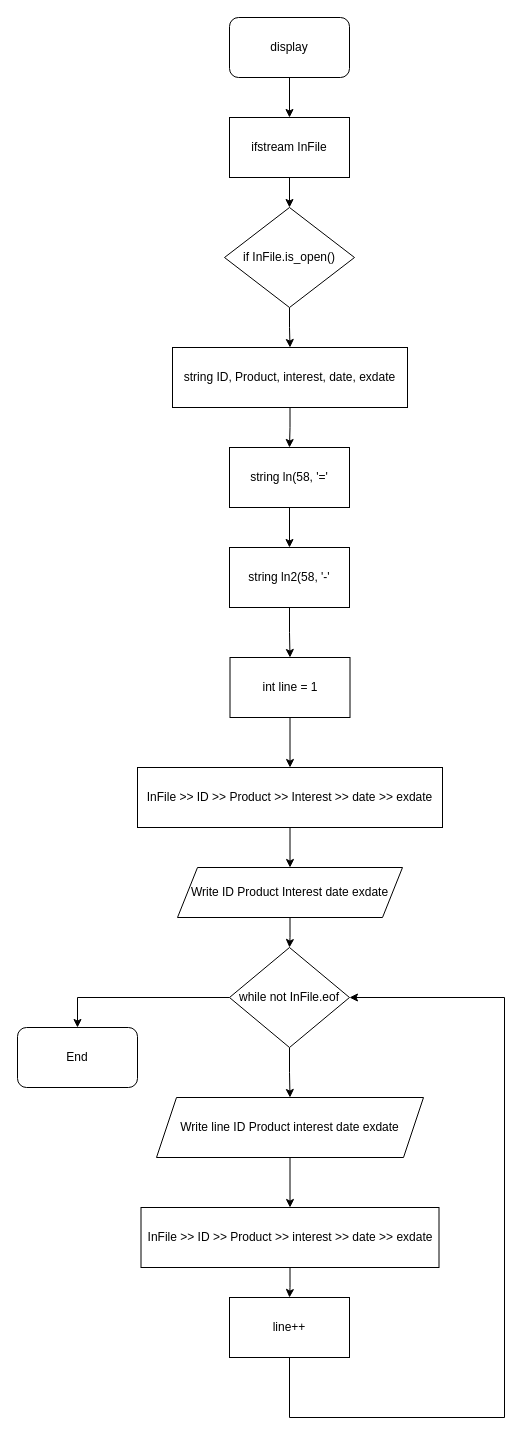
Earlier version of the draw.io diagram page "Display" (4 of 7) of PawnShop_Flowchart.drawio (Jobzakung/Project_C-). Source tidied: cells renumbered, new cells numbered last; positions are measured from the earlier drawing's top-left corner, leaving out a move shared by most shapes. Both pictures are drawn from the tidied source at 100%, with x=0, y=0 at pixel (17, 17).
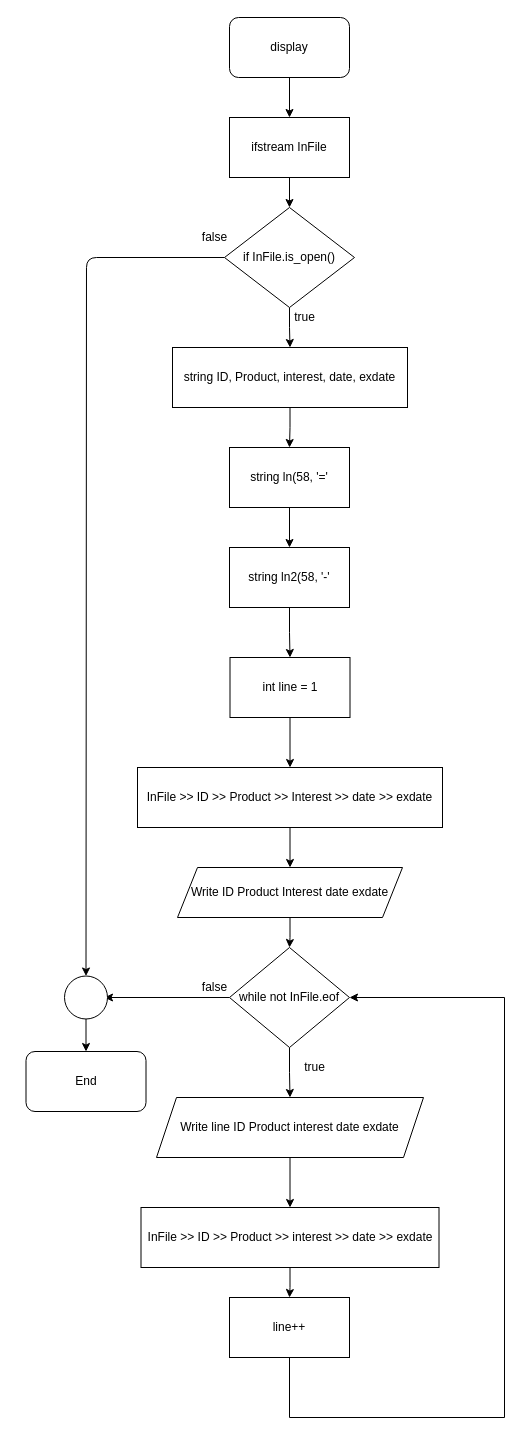
The same page after the edit.

Commit message (it also covers changes not shown here):
add true/false

The change refers to these unchanged cells:
```xml
<mxCell id="7" value="if InFile.is_open()" style="rhombus;whiteSpace=wrap;html=1;" parent="1" vertex="1">
  <mxGeometry x="207" y="190" width="130" height="100" as="geometry" />
</mxCell>
<mxCell id="22" value="while not InFile.eof" style="rhombus;whiteSpace=wrap;html=1;" parent="1" vertex="1">
  <mxGeometry x="212" y="930" width="120" height="100" as="geometry" />
</mxCell>
```

Change to the diagram source:
```diff
@@
+    <mxCell id="30" style="edgeStyle=none;html=1;entryX=0.5;entryY=0;entryDx=0;entryDy=0;" parent="1" edge="1" source="7" target="33">
+      <mxGeometry relative="1" as="geometry">
+        <Array as="points">
+          <mxPoint x="69" y="240" />
+        </Array>
+      </mxGeometry>
+    </mxCell>
@@
-    <mxCell id="21" style="edgeStyle=orthogonalEdgeStyle;rounded=0;jettySize=auto;html=1;entryX=0.5;entryY=0;entryDx=0;entryDy=0;" parent="1" edge="1" source="22" target="27">
-      <mxGeometry relative="1" as="geometry" />
-    </mxCell>
+    <mxCell id="31" style="edgeStyle=none;html=1;" parent="1" edge="1" source="22">
+      <mxGeometry relative="1" as="geometry">
+        <mxPoint x="87" y="980" as="targetPoint" />
+      </mxGeometry>
+    </mxCell>
@@
     <mxCell id="27" value="End" style="rounded=1;whiteSpace=wrap;html=1;" parent="1" vertex="1">
-      <mxGeometry y="1010" width="120" height="60" as="geometry" />
+      <mxGeometry x="8.5" y="1034" width="120" height="60" as="geometry" />
     </mxCell>
@@
+    <mxCell id="32" style="edgeStyle=none;html=1;" parent="1" edge="1" source="33" target="27">
+      <mxGeometry relative="1" as="geometry" />
+    </mxCell>
+    <mxCell id="33" style="ellipse;whiteSpace=wrap;html=1;" parent="1" vertex="1">
+      <mxGeometry x="47" y="958.5" width="43" height="43" as="geometry" />
+    </mxCell>
+    <mxCell id="34" value="false" style="text;html=1;align=center;verticalAlign=middle;strokeColor=none;fillColor=none;" parent="1" vertex="1">
+      <mxGeometry x="177" y="210" width="40" height="20" as="geometry" />
+    </mxCell>
+    <mxCell id="35" value="true" style="text;html=1;align=center;verticalAlign=middle;strokeColor=none;fillColor=none;" parent="1" vertex="1">
+      <mxGeometry x="267" y="290" width="40" height="20" as="geometry" />
+    </mxCell>
+    <mxCell id="36" value="true" style="text;html=1;align=center;verticalAlign=middle;strokeColor=none;fillColor=none;" parent="1" vertex="1">
+      <mxGeometry x="277" y="1040" width="40" height="20" as="geometry" />
+    </mxCell>
+    <mxCell id="37" value="false" style="text;html=1;align=center;verticalAlign=middle;strokeColor=none;fillColor=none;" parent="1" vertex="1">
+      <mxGeometry x="177" y="960" width="40" height="20" as="geometry" />
+    </mxCell>
```
